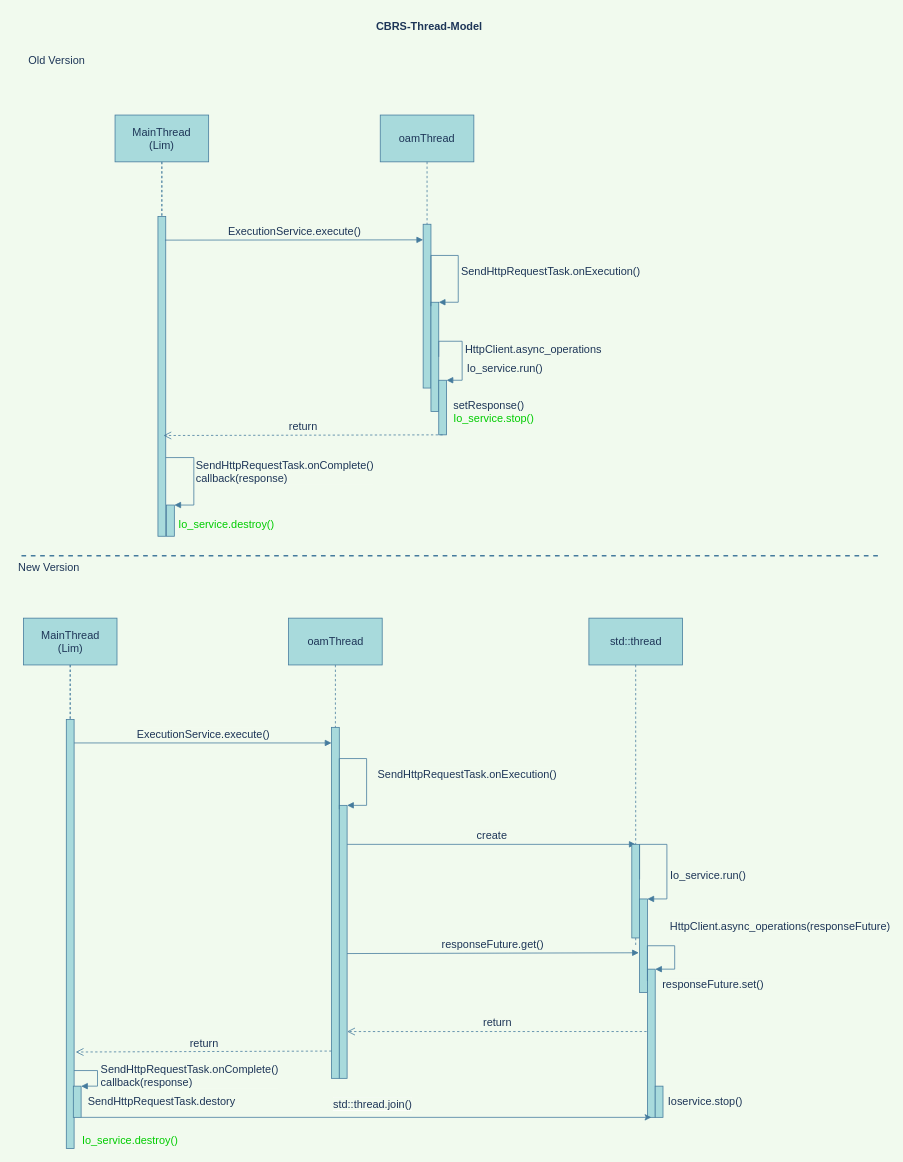
The draw.io diagram CBRS-Thread-Model.drawio in xdlhzdh/drawio, before the edit. Source tidied: cells renumbered, new cells numbered last; positions are measured from the earlier drawing's top-left corner, leaving out a move shared by most shapes. Both pictures are drawn from the tidied source at 78%, with x=0, y=0 at pixel (13, 21).
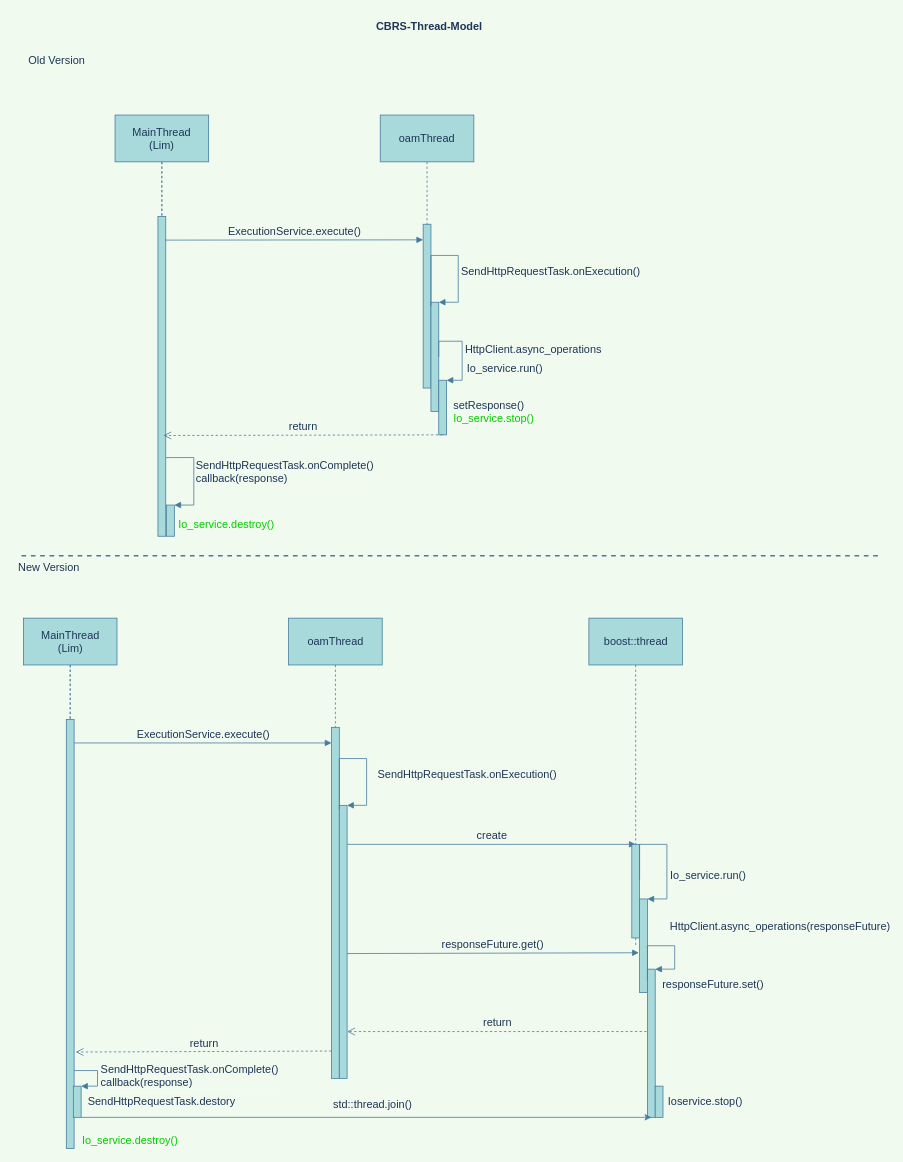
Above is the later version.

Diff of the diagram source:
```diff
@@
-    <mxCell id="32" value="std::thread" style="whiteSpace=wrap;html=1;fontSize=14;fillColor=#A8DADC;strokeColor=#457B9D;fontColor=#1D3557;labelBorderColor=none;rounded=0;" parent="1" vertex="1">
+    <mxCell id="32" value="boost::thread" style="whiteSpace=wrap;html=1;fontSize=14;fillColor=#A8DADC;strokeColor=#457B9D;fontColor=#1D3557;labelBorderColor=none;rounded=0;" parent="1" vertex="1">
       <mxGeometry x="737.5" y="765" width="120" height="60" as="geometry" />
     </mxCell>
```
